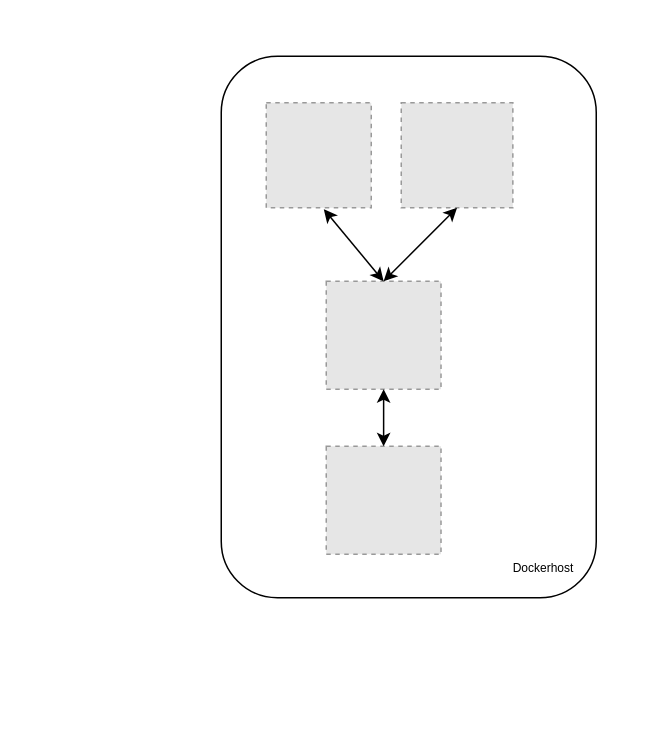
Before: docs/architecture.drawio in MarcelMangold/RestFinanceApi, a draw.io diagram. Source tidied: cells renumbered, new cells numbered last; positions are measured from the earlier drawing's top-left corner, leaving out a move shared by most shapes. Both pictures are drawn from the tidied source at 150%, with x=0, y=0 at pixel (220, 56). Pictures stored in the file or linked from it are replaced by grey dashed boxes.
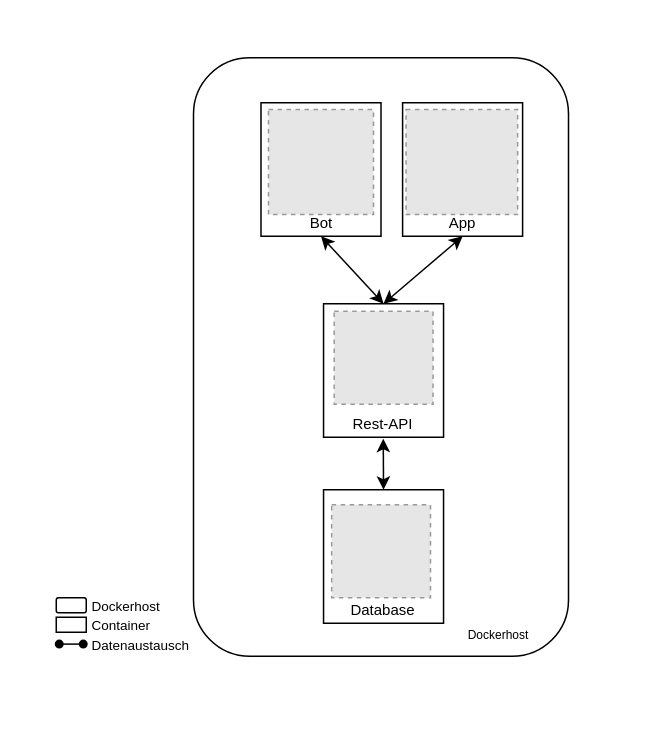
The same diagram, later.

What changed in the source:
```diff
@@
-<mxGraphModel>
+<mxGraphModel background="#ffffff">
@@
+    <mxCell id="11" style="rounded=0;whiteSpace=wrap;html=1;strokeColor=none;" parent="1" vertex="1">
+      <mxGeometry x="-130" y="-20" width="410" height="460" as="geometry" />
+    </mxCell>
     <mxCell id="2" style="rounded=1;whiteSpace=wrap;html=1;" parent="1" vertex="1">
-      <mxGeometry width="250" height="361" as="geometry" />
+      <mxGeometry x="-18.5" y="1" width="250" height="399" as="geometry" />
     </mxCell>
+    <mxCell id="12" value="&lt;font style=&quot;font-size: 10px;&quot;&gt;Database&lt;/font&gt;" style="rounded=0;whiteSpace=wrap;html=1;verticalAlign=bottom;" parent="1" vertex="1">
+      <mxGeometry x="68.2" y="289" width="80" height="89" as="geometry" />
+    </mxCell>
+    <mxCell id="13" value="&lt;font style=&quot;font-size: 10px;&quot;&gt;Rest-API&lt;/font&gt;" style="rounded=0;whiteSpace=wrap;html=1;verticalAlign=bottom;" parent="1" vertex="1">
+      <mxGeometry x="68.2" y="165" width="80" height="89" as="geometry" />
+    </mxCell>
+    <mxCell id="14" value="&lt;font style=&quot;font-size: 10px;&quot;&gt;App&lt;/font&gt;" style="rounded=0;whiteSpace=wrap;html=1;verticalAlign=bottom;" parent="1" vertex="1">
+      <mxGeometry x="120.9" y="31" width="80" height="89" as="geometry" />
+    </mxCell>
+    <mxCell id="15" value="&lt;font style=&quot;font-size: 10px;&quot;&gt;Bot&lt;/font&gt;" style="rounded=0;whiteSpace=wrap;html=1;verticalAlign=bottom;" parent="1" vertex="1">
+      <mxGeometry x="26.5" y="31" width="80" height="89" as="geometry" />
+    </mxCell>
     <mxCell id="3" style="fillColor=#E6E6E6;strokeColor=#999999;dashed=1;verticalLabelPosition=bottom;labelBackgroundColor=default;verticalAlign=top;" parent="1" vertex="1">
-      <mxGeometry x="30" y="31" width="70" height="70" as="geometry" />
+      <mxGeometry x="31.5" y="35.5" width="70" height="70" as="geometry" />
     </mxCell>
     <mxCell id="4" style="fillColor=#E6E6E6;strokeColor=#999999;dashed=1;verticalLabelPosition=bottom;labelBackgroundColor=default;verticalAlign=top;" parent="1" vertex="1">
-      <mxGeometry x="120" y="31" width="74.4" height="70" as="geometry" />
+      <mxGeometry x="123.2" y="35.5" width="74.4" height="70" as="geometry" />
     </mxCell>
     <mxCell id="5" style="fillColor=#E6E6E6;strokeColor=#999999;dashed=1;verticalLabelPosition=bottom;labelBackgroundColor=default;verticalAlign=top;" parent="1" vertex="1">
-      <mxGeometry x="70" y="150" width="76.5" height="72" as="geometry" />
+      <mxGeometry x="75.3" y="170" width="65.9" height="62" as="geometry" />
     </mxCell>
     <mxCell id="6" style="fillColor=#E6E6E6;strokeColor=#999999;dashed=1;verticalLabelPosition=bottom;labelBackgroundColor=default;verticalAlign=top;" parent="1" vertex="1">
-      <mxGeometry x="70" y="260" width="76.5" height="72" as="geometry" />
+      <mxGeometry x="73.6" y="299" width="65.9" height="62" as="geometry" />
     </mxCell>
-    <mxCell id="7" style="endArrow=classic;startArrow=classic;html=1;rounded=0;exitX=0.5;exitY=1;exitDx=0;exitDy=0;entryX=0.5;entryY=0;entryDx=0;entryDy=0;" parent="1" edge="1" source="5" target="6">
-      <mxGeometry relative="1" as="geometry" />
+    <mxCell id="7" style="endArrow=classic;startArrow=classic;html=1;rounded=0;entryX=0.5;entryY=0;entryDx=0;entryDy=0;" parent="1" edge="1" target="12">
+      <mxGeometry relative="1" as="geometry">
+        <mxPoint x="108" y="255" as="sourcePoint" />
+      </mxGeometry>
     </mxCell>
-    <mxCell id="8" style="endArrow=classic;startArrow=classic;html=1;rounded=0;exitX=0.5;exitY=1;exitDx=0;exitDy=0;entryX=0.5;entryY=0;entryDx=0;entryDy=0;" parent="1" edge="1" source="4" target="5">
+    <mxCell id="8" style="endArrow=classic;startArrow=classic;html=1;rounded=0;entryX=0.5;entryY=0;entryDx=0;entryDy=0;exitX=0.5;exitY=1;exitDx=0;exitDy=0;" parent="1" edge="1" source="14" target="13">
       <mxGeometry relative="1" as="geometry" />
     </mxCell>
-    <mxCell id="9" style="endArrow=classic;startArrow=classic;html=1;rounded=0;exitX=0.548;exitY=1.014;exitDx=0;exitDy=0;entryX=0.5;entryY=0;entryDx=0;entryDy=0;exitPerimeter=0;" parent="1" edge="1" source="3" target="5">
+    <mxCell id="9" style="endArrow=classic;startArrow=classic;html=1;rounded=0;entryX=0.5;entryY=0;entryDx=0;entryDy=0;exitX=0.5;exitY=1;exitDx=0;exitDy=0;" parent="1" edge="1" source="15" target="13">
       <mxGeometry relative="1" as="geometry" />
     </mxCell>
     <mxCell id="10" value="&lt;font style=&quot;font-size: 8px;&quot;&gt;Dockerhost&lt;/font&gt;" style="text;html=1;align=center;verticalAlign=middle;whiteSpace=wrap;rounded=0;" parent="1" vertex="1">
-      <mxGeometry x="190" y="325" width="50" height="30" as="geometry" />
+      <mxGeometry x="160" y="370" width="50" height="30" as="geometry" />
     </mxCell>
+    <mxCell id="16" style="rounded=1;whiteSpace=wrap;html=1;" parent="1" vertex="1">
+      <mxGeometry x="-110" y="361" width="20" height="10" as="geometry" />
+    </mxCell>
+    <mxCell id="17" value="&lt;font style=&quot;font-size: 9px;&quot;&gt;Dockerhost&lt;/font&gt;" style="text;html=1;align=left;verticalAlign=middle;whiteSpace=wrap;rounded=0;fontSize=10;" parent="1" vertex="1">
+      <mxGeometry x="-88" y="361" width="60" height="10" as="geometry" />
+    </mxCell>
+    <mxCell id="18" style="rounded=0;whiteSpace=wrap;html=1;gradientColor=none;" parent="1" vertex="1">
+      <mxGeometry x="-110" y="374" width="20" height="10" as="geometry" />
+    </mxCell>
+    <mxCell id="19" value="&lt;font style=&quot;font-size: 9px;&quot;&gt;Container&lt;/font&gt;" style="text;html=1;align=left;verticalAlign=middle;whiteSpace=wrap;rounded=0;fontSize=10;" parent="1" vertex="1">
+      <mxGeometry x="-88" y="374" width="60" height="10" as="geometry" />
+    </mxCell>
+    <mxCell id="20" style="endArrow=oval;startArrow=oval;html=1;startFill=1;endFill=1;strokeWidth=1;jumpSize=6;startSize=5;endSize=5;" parent="1" edge="1">
+      <mxGeometry relative="1" as="geometry">
+        <mxPoint x="-92" y="391.9" as="sourcePoint" />
+        <mxPoint x="-108" y="391.9" as="targetPoint" />
+      </mxGeometry>
+    </mxCell>
+    <mxCell id="21" value="&lt;font style=&quot;font-size: 9px;&quot;&gt;Datenaustausch&lt;/font&gt;" style="text;html=1;align=left;verticalAlign=middle;whiteSpace=wrap;rounded=0;fontSize=10;" parent="1" vertex="1">
+      <mxGeometry x="-88" y="387" width="60" height="10" as="geometry" />
+    </mxCell>
```
